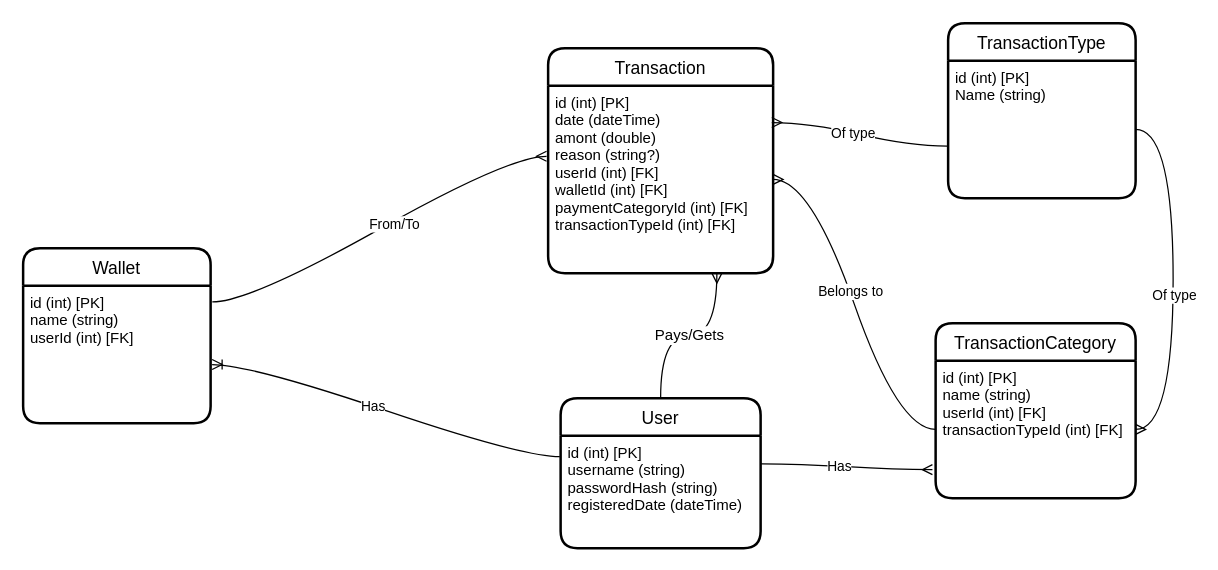
Earlier version of the draw.io diagram Data Model/Logical model.drawio (Shukridozom/Personal_Money_Tracker). Source tidied: cells renumbered, new cells numbered last; positions are measured from the earlier drawing's top-left corner, leaving out a move shared by most shapes. Both pictures are drawn from the tidied source at 125%, with x=0, y=0 at pixel (22, 22).
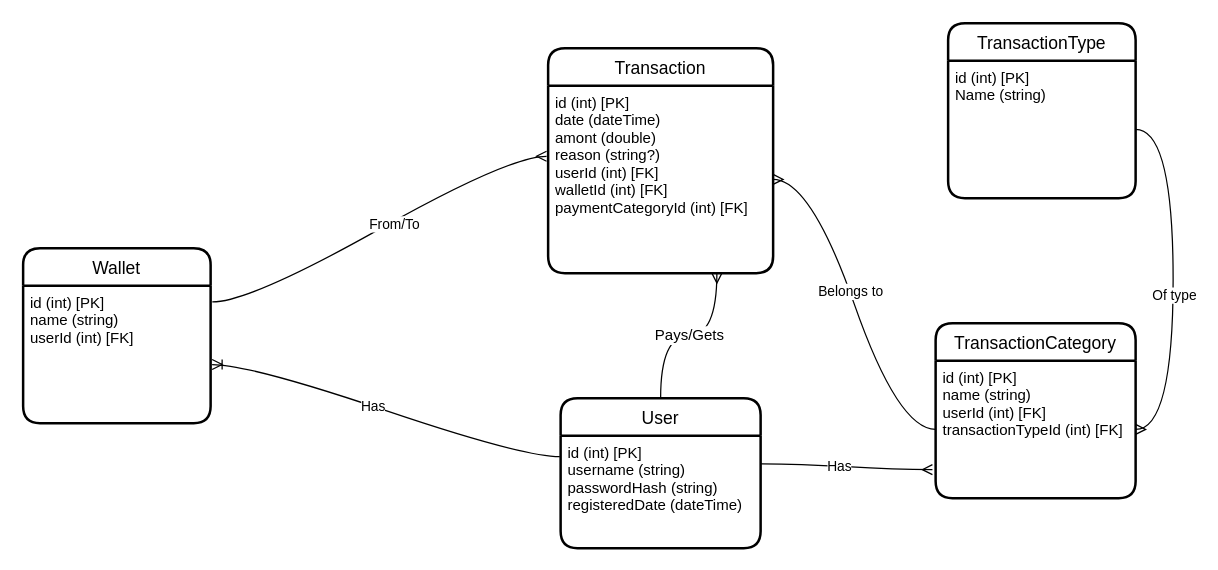
Above is the later version.

The change refers to these unchanged cells:
```xml
<mxCell id="4" value="Transaction" style="swimlane;horizontal=1;startSize=30;rounded=1;fontSize=14;fontStyle=0;strokeWidth=2;shadow=0;dashed=0;align=center;" parent="1" vertex="1">
  <mxGeometry x="420" y="20" width="180" height="180" as="geometry" />
</mxCell>
<mxCell id="20" value="id (int) [PK]&#10;Name (string)" style="align=left;strokeColor=none;fillColor=none;spacingLeft=4;fontSize=12;verticalAlign=top;" parent="19" vertex="1">
  <mxGeometry y="30" width="150" height="110" as="geometry" />
</mxCell>
```

Change to the diagram source:
```diff
@@
-    <mxCell id="5" value="id (int) [PK]&#10;date (dateTime)&#10;amont (double)&#10;reason (string?)&#10;userId (int) [FK]&#10;walletId (int) [FK]&#10;paymentCategoryId (int) [FK]&#10;transactionTypeId (int) [FK]" style="align=left;strokeColor=none;fillColor=none;spacingLeft=4;fontSize=12;verticalAlign=top;" parent="4" vertex="1">
+    <mxCell id="5" value="id (int) [PK]&#10;date (dateTime)&#10;amont (double)&#10;reason (string?)&#10;userId (int) [FK]&#10;walletId (int) [FK]&#10;paymentCategoryId (int) [FK]" style="align=left;strokeColor=none;fillColor=none;spacingLeft=4;fontSize=12;verticalAlign=top;" parent="4" vertex="1">
       <mxGeometry y="30" width="180" height="150" as="geometry" />
     </mxCell>
@@
-    <mxCell id="21" style="edgeStyle=entityRelationEdgeStyle;fontSize=12;html=1;endArrow=none;startArrow=ERmany;rounded=1;curved=1;entryX=-0.004;entryY=0.621;entryDx=0;entryDy=0;exitX=0.994;exitY=0.197;exitDx=0;exitDy=0;endFill=0;exitPerimeter=0;entryPerimeter=0;" parent="1" edge="1" source="5" target="20">
-      <mxGeometry relative="1" as="geometry" />
-    </mxCell>
-    <mxCell id="22" value="Of type" style="edgeLabel;html=1;align=center;verticalAlign=middle;" parent="21" vertex="1">
-      <mxGeometry x="-0.08" relative="1" as="geometry" />
-    </mxCell>
```
